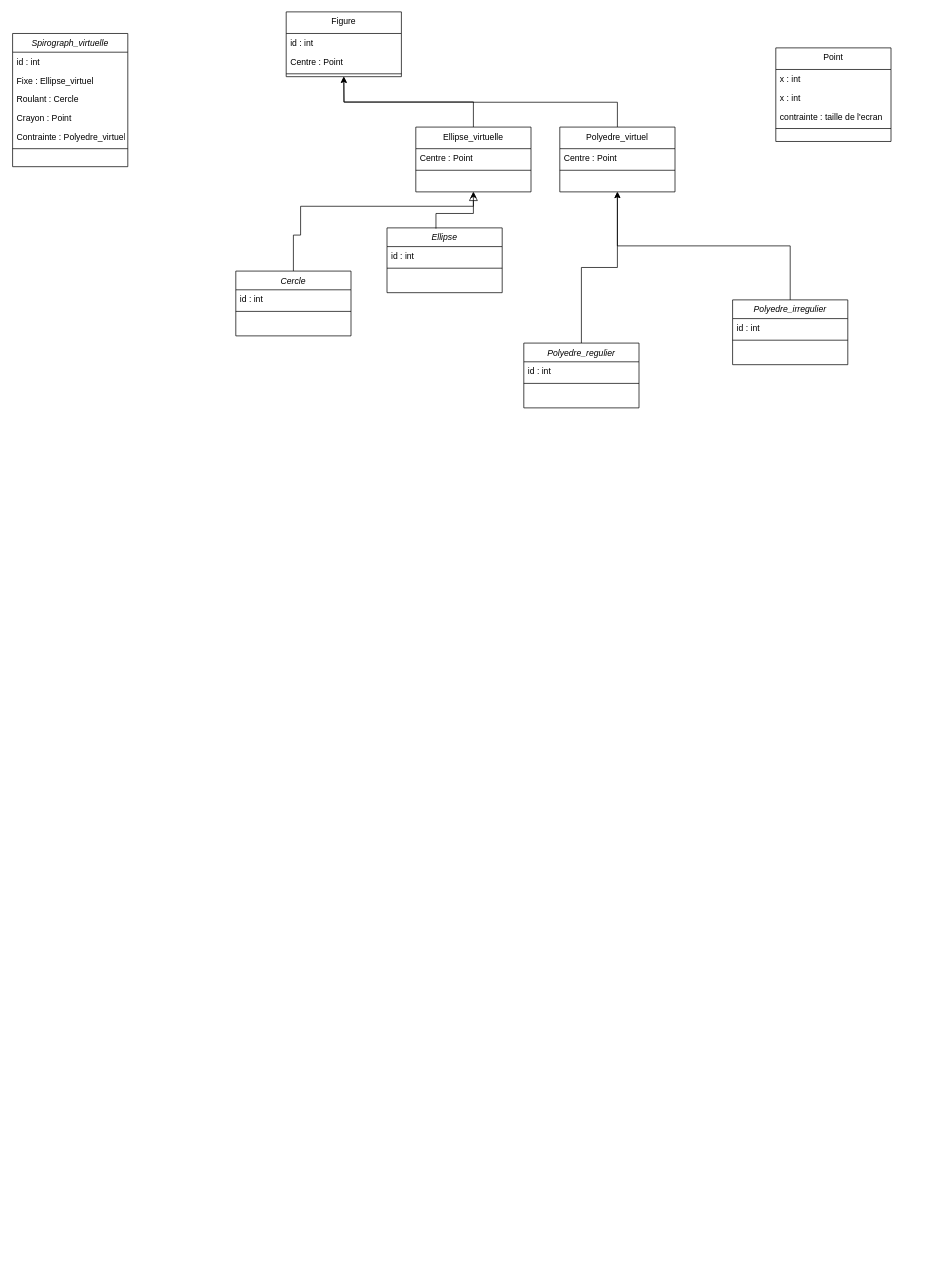
Halexeli/The_Incredibles keeps this draw.io diagram as spirograph.drawio. Above is the earlier version. Source tidied: cells renumbered, new cells numbered last; positions are measured from the earlier drawing's top-left corner, leaving out a move shared by most shapes. Both pictures are drawn from the tidied source at 72%, with x=0, y=0 at pixel (12, 12).
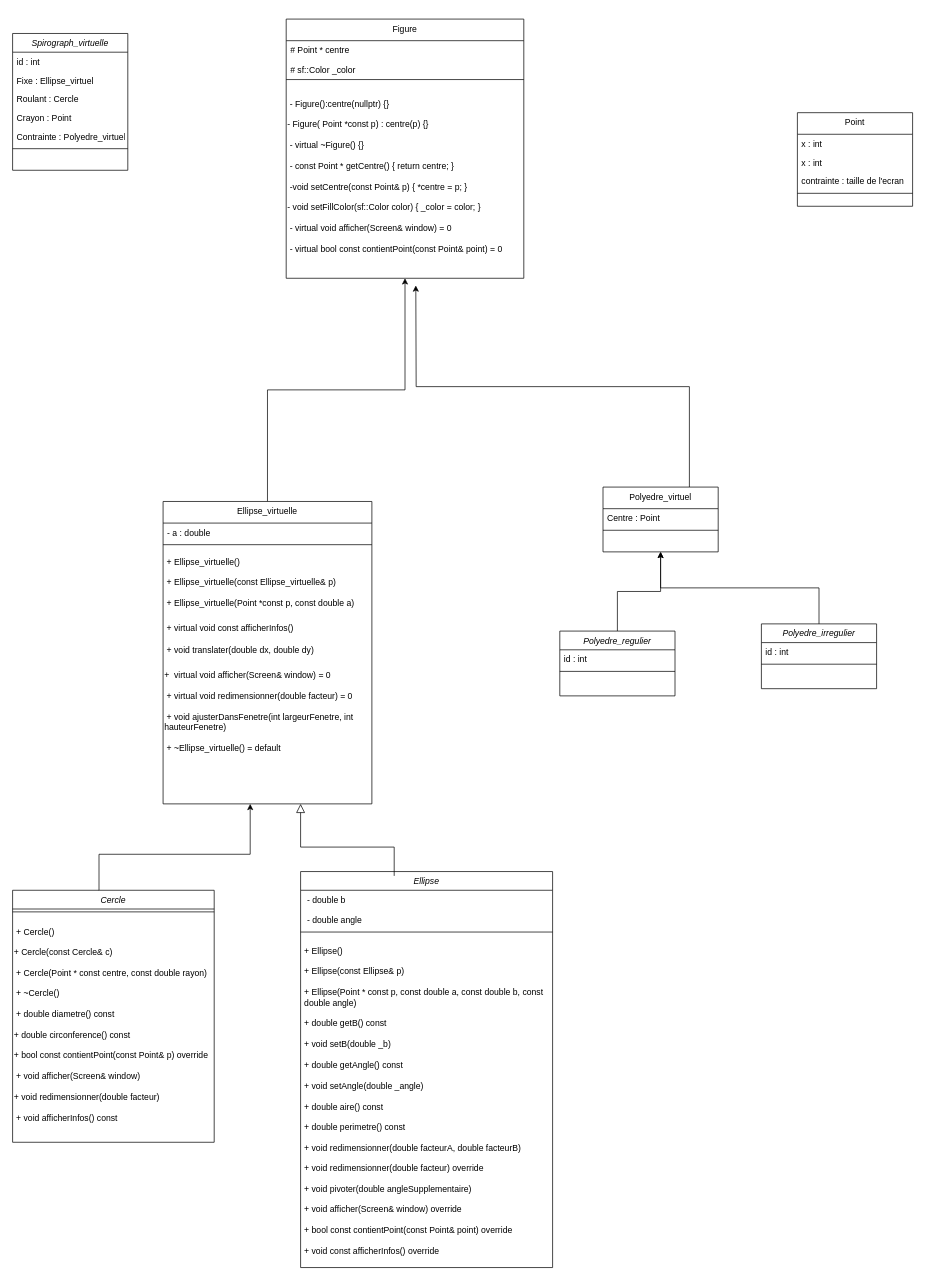
After the change.

Commit message:
Mettre à jour spirograph.drawio

The edit, as a diff of the source:
```diff
@@
     <mxCell id="2" value="Spirograph_virtuelle" style="swimlane;fontStyle=2;align=center;verticalAlign=top;horizontal=1;startSize=26;rounded=0;shadow=0;strokeWidth=1;" parent="1" vertex="1">
-      <mxGeometry y="30" width="160" height="185" as="geometry" />
+      <mxGeometry y="30" width="160" height="190" as="geometry" />
     </mxCell>
@@
     <mxCell id="9" value="Figure" style="swimlane;fontStyle=0;align=center;verticalAlign=top;horizontal=1;startSize=30;rounded=0;shadow=0;strokeWidth=1;" parent="1" vertex="1">
-      <mxGeometry x="380" width="160" height="90" as="geometry" />
+      <mxGeometry x="380" y="10" width="330" height="360" as="geometry" />
     </mxCell>
-    <mxCell id="10" value="id : int" style="text;align=left;verticalAlign=top;spacingLeft=4;spacingRight=4;overflow=hidden;" parent="9" vertex="1">
-      <mxGeometry y="30" width="160" height="26" as="geometry" />
+    <mxCell id="10" value="# Point * centre&#10;&#10;# sf::Color _color  &#10;" style="text;align=left;verticalAlign=top;spacingLeft=4;spacingRight=4;overflow=hidden;" parent="9" vertex="1">
+      <mxGeometry y="30" width="330" height="50" as="geometry" />
     </mxCell>
-    <mxCell id="11" value="Centre : Point" style="text;align=left;verticalAlign=top;spacingLeft=4;spacingRight=4;overflow=hidden;" parent="9" vertex="1">
-      <mxGeometry y="56" width="160" height="26" as="geometry" />
-    </mxCell>
     <mxCell id="12" style="line;html=1;strokeWidth=1;align=left;verticalAlign=middle;spacingTop=-1;spacingLeft=3;spacingRight=3;labelPosition=right;" parent="9" vertex="1">
-      <mxGeometry y="82" width="160" height="8" as="geometry" />
+      <mxGeometry y="80" width="330" height="8" as="geometry" />
     </mxCell>
+    <mxCell id="42" value="&lt;div&gt;&amp;nbsp;-&amp;nbsp;&lt;span style=&quot;background-color: transparent; color: light-dark(rgb(0, 0, 0), rgb(255, 255, 255));&quot;&gt;Figure():centre(nullptr) {}&lt;/span&gt;&lt;/div&gt;&lt;div&gt;&amp;nbsp;&lt;/div&gt;&lt;div&gt;- Figure( Point *const p) : centre(p) {}&lt;/div&gt;&lt;div&gt;&lt;br&gt;&lt;/div&gt;&lt;div&gt;&amp;nbsp;- virtual ~Figure() {}&lt;/div&gt;&lt;div&gt;&lt;br&gt;&lt;/div&gt;&lt;div&gt;&amp;nbsp;-&lt;span style=&quot;background-color: transparent; color: light-dark(rgb(0, 0, 0), rgb(255, 255, 255));&quot;&gt;&amp;nbsp;&lt;/span&gt;&lt;span style=&quot;background-color: transparent; color: light-dark(rgb(0, 0, 0), rgb(255, 255, 255));&quot;&gt;const Point * getCentre() { return centre; }&lt;/span&gt;&lt;/div&gt;&lt;div&gt;&amp;nbsp;&lt;/div&gt;&lt;div&gt;&amp;nbsp;-void setCentre(const Point&amp;amp; p) { *centre = p; }&lt;/div&gt;&lt;div&gt;&amp;nbsp;&lt;/div&gt;&lt;div&gt;- void setFillColor(sf::Color color) { _color = color; }&lt;/div&gt;&lt;div&gt;&lt;br&gt;&lt;/div&gt;&lt;div&gt;&amp;nbsp;- virtual void afficher(Screen&amp;amp; window) = 0&lt;/div&gt;&lt;div&gt;&lt;br&gt;&lt;/div&gt;&lt;div&gt;&amp;nbsp;- virtual bool const contientPoint(const Point&amp;amp; point) = 0&lt;/div&gt;" style="text;html=1;align=left;verticalAlign=middle;whiteSpace=wrap;rounded=0;" parent="9" vertex="1">
+      <mxGeometry y="88" width="330" height="262" as="geometry" />
+    </mxCell>
     <mxCell id="13" value="Ellipse" style="swimlane;fontStyle=2;align=center;verticalAlign=top;horizontal=1;startSize=26;rounded=0;shadow=0;strokeWidth=1;" parent="1" vertex="1">
-      <mxGeometry x="520" y="300" width="160" height="90" as="geometry" />
+      <mxGeometry x="400" y="1194" width="350" height="550" as="geometry" />
     </mxCell>
-    <mxCell id="14" value="id : int" style="text;align=left;verticalAlign=top;spacingLeft=4;spacingRight=4;overflow=hidden;" parent="13" vertex="1">
-      <mxGeometry y="26" width="160" height="26" as="geometry" />
+    <mxCell id="14" value=" - double b&#10; &#10; - double angle " style="text;align=left;verticalAlign=top;spacingLeft=4;spacingRight=4;overflow=hidden;" parent="13" vertex="1">
+      <mxGeometry y="26" width="350" height="54" as="geometry" />
     </mxCell>
+    <mxCell id="20" style="endArrow=block;endSize=10;endFill=0;shadow=0;strokeWidth=1;rounded=0;curved=0;edgeStyle=elbowEdgeStyle;elbow=vertical;" parent="13" edge="1">
+      <mxGeometry relative="1" as="geometry">
+        <mxPoint x="130" y="6" as="sourcePoint" />
+        <mxPoint y="-94" as="targetPoint" />
+        <Array as="points">
+          <mxPoint x="55" y="-34" />
+          <mxPoint x="25" y="-534" />
+        </Array>
+      </mxGeometry>
+    </mxCell>
     <mxCell id="15" style="line;html=1;strokeWidth=1;align=left;verticalAlign=middle;spacingTop=-1;spacingLeft=3;spacingRight=3;labelPosition=right;" parent="13" vertex="1">
-      <mxGeometry y="52" width="160" height="8" as="geometry" />
+      <mxGeometry y="80" width="350" height="8" as="geometry" />
     </mxCell>
+    <mxCell id="43" value="&lt;div&gt;&amp;nbsp;+ Ellipse()&lt;/div&gt;&lt;div&gt;&lt;br&gt;&lt;/div&gt;&lt;div&gt;&amp;nbsp;+ Ellipse(const Ellipse&amp;amp; p)&lt;/div&gt;&lt;div&gt;&lt;br&gt;&lt;/div&gt;&lt;div&gt;&amp;nbsp;+ Ellipse(Point * const p, const double a, const double b, const&amp;nbsp; &amp;nbsp;double angle)&lt;/div&gt;&lt;div&gt;&lt;br&gt;&lt;/div&gt;&lt;div&gt;&lt;span style=&quot;background-color: transparent; color: light-dark(rgb(0, 0, 0), rgb(255, 255, 255));&quot;&gt;&amp;nbsp;+ double getB() const&lt;/span&gt;&lt;/div&gt;&lt;div&gt;&lt;br&gt;&lt;/div&gt;&lt;div&gt;&amp;nbsp;+ void setB(double _b)&lt;/div&gt;&lt;div&gt;&lt;br&gt;&lt;/div&gt;&lt;div&gt;&amp;nbsp;+ double getAngle() const&lt;/div&gt;&lt;div&gt;&lt;br&gt;&lt;/div&gt;&lt;div&gt;&amp;nbsp;+ void setAngle(double _angle)&lt;/div&gt;&lt;div&gt;&lt;span style=&quot;background-color: transparent; color: light-dark(rgb(0, 0, 0), rgb(255, 255, 255));&quot;&gt;&lt;br&gt;&lt;/span&gt;&lt;/div&gt;&lt;div&gt;&lt;span style=&quot;background-color: transparent; color: light-dark(rgb(0, 0, 0), rgb(255, 255, 255));&quot;&gt;&amp;nbsp;+ double aire() const&lt;/span&gt;&lt;/div&gt;&lt;div&gt;&lt;br&gt;&lt;/div&gt;&lt;div&gt;&amp;nbsp;+ double perimetre() const&lt;/div&gt;&lt;div&gt;&lt;br&gt;&lt;/div&gt;&lt;div&gt;&amp;nbsp;+ void redimensionner(double facteurA, double facteurB)&lt;/div&gt;&lt;div&gt;&lt;br&gt;&lt;/div&gt;&lt;div&gt;&amp;nbsp;+ void redimensionner(double facteur) override&lt;/div&gt;&lt;div&gt;&lt;br&gt;&lt;/div&gt;&lt;div&gt;&amp;nbsp;+ void pivoter(double angleSupplementaire)&lt;/div&gt;&lt;div&gt;&lt;br&gt;&lt;/div&gt;&lt;div&gt;&amp;nbsp;+ void afficher(Screen&amp;amp; window) override&lt;/div&gt;&lt;div&gt;&lt;br&gt;&lt;/div&gt;&lt;div&gt;&amp;nbsp;+ bool const contientPoint(const Point&amp;amp; point) override&lt;/div&gt;&lt;div&gt;&lt;br&gt;&lt;/div&gt;&lt;div&gt;&amp;nbsp;+ void const afficherInfos() override&lt;/div&gt;" style="text;html=1;align=left;verticalAlign=middle;whiteSpace=wrap;rounded=0;" parent="13" vertex="1">
+      <mxGeometry y="88" width="350" height="462" as="geometry" />
+    </mxCell>
-    <mxCell id="16" style="edgeStyle=orthogonalEdgeStyle;rounded=0;jettySize=auto;html=1;exitX=0.5;exitY=0;exitDx=0;exitDy=0;entryX=0.5;entryY=1;entryDx=0;entryDy=0;" parent="1" edge="1" source="17" target="35">
+    <mxCell id="16" style="edgeStyle=orthogonalEdgeStyle;rounded=0;jettySize=auto;html=1;exitX=0.425;exitY=0.001;exitDx=0;exitDy=0;exitPerimeter=0;" parent="1" edge="1" source="17">
       <mxGeometry relative="1" as="geometry">
+        <mxPoint x="330" y="1100" as="targetPoint" />
         <Array as="points">
-          <mxPoint x="390" y="310" />
-          <mxPoint x="400" y="310" />
-          <mxPoint x="400" y="270" />
-          <mxPoint x="640" y="270" />
+          <mxPoint x="120" y="1170" />
+          <mxPoint x="330" y="1170" />
         </Array>
       </mxGeometry>
     </mxCell>
     <mxCell id="17" value="Cercle" style="swimlane;fontStyle=2;align=center;verticalAlign=top;horizontal=1;startSize=26;rounded=0;shadow=0;strokeWidth=1;" parent="1" vertex="1">
-      <mxGeometry x="310" y="360" width="160" height="90" as="geometry" />
+      <mxGeometry y="1220" width="280" height="350" as="geometry" />
     </mxCell>
-    <mxCell id="18" value="id : int" style="text;align=left;verticalAlign=top;spacingLeft=4;spacingRight=4;overflow=hidden;" parent="17" vertex="1">
-      <mxGeometry y="26" width="160" height="26" as="geometry" />
-    </mxCell>
     <mxCell id="19" style="line;html=1;strokeWidth=1;align=left;verticalAlign=middle;spacingTop=-1;spacingLeft=3;spacingRight=3;labelPosition=right;" parent="17" vertex="1">
-      <mxGeometry y="52" width="160" height="8" as="geometry" />
+      <mxGeometry y="26" width="280" height="8" as="geometry" />
     </mxCell>
-    <mxCell id="20" style="endArrow=block;endSize=10;endFill=0;shadow=0;strokeWidth=1;rounded=0;curved=0;edgeStyle=elbowEdgeStyle;elbow=vertical;entryX=0.5;entryY=1;entryDx=0;entryDy=0;exitX=0.425;exitY=0.011;exitDx=0;exitDy=0;exitPerimeter=0;" parent="1" edge="1" source="13" target="35">
-      <mxGeometry relative="1" as="geometry">
-        <Array as="points">
-          <mxPoint x="650" y="280" />
-          <mxPoint x="920" y="330" />
-          <mxPoint x="440" y="150" />
-        </Array>
-      </mxGeometry>
-    </mxCell>
+    <mxCell id="44" value="&lt;div&gt;&amp;nbsp;&lt;span style=&quot;background-color: transparent; color: light-dark(rgb(0, 0, 0), rgb(255, 255, 255));&quot;&gt;+ Cercle()&lt;/span&gt;&lt;/div&gt;&lt;div&gt;&amp;nbsp;&lt;/div&gt;&lt;div&gt;+ Cercle(const Cercle&amp;amp; c)&lt;/div&gt;&lt;div&gt;&lt;br&gt;&lt;/div&gt;&lt;div&gt;&amp;nbsp;+ Cercle(Point * const centre, const double rayon)&lt;/div&gt;&lt;div&gt;&lt;br&gt;&lt;/div&gt;&lt;div&gt;&amp;nbsp;+ ~Cercle()&lt;/div&gt;&lt;div&gt;&lt;div&gt;&lt;br&gt;&lt;/div&gt;&lt;div&gt;&amp;nbsp;+ double diametre() const&lt;/div&gt;&lt;div&gt;&amp;nbsp;&lt;/div&gt;&lt;div&gt;+ double circonference() const&lt;/div&gt;&lt;div&gt;&amp;nbsp;&lt;/div&gt;&lt;div&gt;+ bool const contientPoint(const Point&amp;amp; p) override&lt;/div&gt;&lt;/div&gt;&lt;div&gt;&lt;div&gt;&lt;br&gt;&lt;/div&gt;&lt;div&gt;&amp;nbsp;+ void afficher(Screen&amp;amp; window)&lt;/div&gt;&lt;div&gt;&lt;span style=&quot;background-color: transparent; color: light-dark(rgb(0, 0, 0), rgb(255, 255, 255));&quot;&gt;&amp;nbsp;&lt;/span&gt;&lt;/div&gt;&lt;div&gt;&lt;span style=&quot;background-color: transparent; color: light-dark(rgb(0, 0, 0), rgb(255, 255, 255));&quot;&gt;+ void redimensionner(double facteur)&lt;/span&gt;&lt;/div&gt;&lt;div&gt;&lt;span style=&quot;background-color: transparent; color: light-dark(rgb(0, 0, 0), rgb(255, 255, 255));&quot;&gt;&lt;br&gt;&lt;/span&gt;&lt;/div&gt;&lt;div&gt;&lt;span style=&quot;background-color: transparent; color: light-dark(rgb(0, 0, 0), rgb(255, 255, 255));&quot;&gt;&amp;nbsp;+ void afficherInfos() const&lt;/span&gt;&lt;/div&gt;&lt;/div&gt;" style="text;html=1;align=left;verticalAlign=middle;whiteSpace=wrap;rounded=0;" parent="17" vertex="1">
+      <mxGeometry y="34" width="280" height="306" as="geometry" />
+    </mxCell>
     <mxCell id="21" value="Point" style="swimlane;fontStyle=0;align=center;verticalAlign=top;horizontal=1;startSize=30;rounded=0;shadow=0;strokeWidth=1;" parent="1" vertex="1">
-      <mxGeometry x="1060" y="50" width="160" height="130" as="geometry" />
+      <mxGeometry x="1090" y="140" width="160" height="130" as="geometry" />
     </mxCell>
@@
     <mxCell id="27" value="Polyedre_irregulier" style="swimlane;fontStyle=2;align=center;verticalAlign=top;horizontal=1;startSize=26;rounded=0;shadow=0;strokeWidth=1;" parent="1" vertex="1">
-      <mxGeometry x="1000" y="400" width="160" height="90" as="geometry" />
+      <mxGeometry x="1040" y="850" width="160" height="90" as="geometry" />
     </mxCell>
@@
     <mxCell id="31" value="Polyedre_regulier" style="swimlane;fontStyle=2;align=center;verticalAlign=top;horizontal=1;startSize=26;rounded=0;shadow=0;strokeWidth=1;" parent="1" vertex="1">
-      <mxGeometry x="710" y="460" width="160" height="90" as="geometry" />
+      <mxGeometry x="760" y="860" width="160" height="90" as="geometry" />
     </mxCell>
@@
     <mxCell id="35" value="Ellipse_virtuelle" style="swimlane;fontStyle=0;align=center;verticalAlign=top;horizontal=1;startSize=30;rounded=0;shadow=0;strokeWidth=1;" parent="1" vertex="1">
-      <mxGeometry x="560" y="160" width="160" height="90" as="geometry" />
+      <mxGeometry x="209" y="680" width="290" height="420" as="geometry" />
     </mxCell>
-    <mxCell id="36" value="Centre : Point" style="text;align=left;verticalAlign=top;spacingLeft=4;spacingRight=4;overflow=hidden;" parent="35" vertex="1">
-      <mxGeometry y="30" width="160" height="26" as="geometry" />
+    <mxCell id="36" value="- a : double" style="text;align=left;verticalAlign=top;spacingLeft=4;spacingRight=4;overflow=hidden;" parent="35" vertex="1">
+      <mxGeometry y="30" width="290" height="26" as="geometry" />
     </mxCell>
     <mxCell id="37" style="line;html=1;strokeWidth=1;align=left;verticalAlign=middle;spacingTop=-1;spacingLeft=3;spacingRight=3;labelPosition=right;" parent="35" vertex="1">
-      <mxGeometry y="56" width="160" height="8" as="geometry" />
+      <mxGeometry y="56" width="290" height="8" as="geometry" />
     </mxCell>
+    <mxCell id="45" value="&lt;div&gt;&amp;nbsp;+ Ellipse_virtuelle()&lt;/div&gt;&lt;div&gt;&lt;br&gt;&lt;/div&gt;&lt;div&gt;&amp;nbsp;+ Ellipse_virtuelle(const Ellipse_virtuelle&amp;amp; p)&lt;/div&gt;&lt;div&gt;&lt;br&gt;&lt;/div&gt;&lt;div&gt;&amp;nbsp;+ Ellipse_virtuelle(Point *const p, const double a)&lt;/div&gt;" style="text;html=1;align=left;verticalAlign=middle;whiteSpace=wrap;rounded=0;" parent="35" vertex="1">
+      <mxGeometry y="64" width="290" height="98" as="geometry" />
+    </mxCell>
+    <mxCell id="46" value="&amp;nbsp;+ virtual void const afficherInfos()" style="text;html=1;align=left;verticalAlign=middle;whiteSpace=wrap;rounded=0;" parent="35" vertex="1">
+      <mxGeometry y="162" width="290" height="30" as="geometry" />
+    </mxCell>
+    <mxCell id="47" value="&amp;nbsp;+ void translater(double dx, double dy)" style="text;html=1;align=left;verticalAlign=middle;whiteSpace=wrap;rounded=0;" parent="35" vertex="1">
+      <mxGeometry y="192" width="290" height="30" as="geometry" />
+    </mxCell>
+    <mxCell id="48" value="&lt;div&gt;&lt;span style=&quot;background-color: transparent; color: light-dark(rgb(0, 0, 0), rgb(255, 255, 255));&quot;&gt;&lt;br&gt;&lt;/span&gt;&lt;/div&gt;&lt;div&gt;&lt;span style=&quot;background-color: transparent; color: light-dark(rgb(0, 0, 0), rgb(255, 255, 255));&quot;&gt;+&amp;nbsp; virtual void afficher(Screen&amp;amp; window) = 0&lt;/span&gt;&lt;/div&gt;&lt;div&gt;&lt;br&gt;&lt;/div&gt;&lt;div&gt;&amp;nbsp;+ virtual void redimensionner(double facteur) = 0&lt;/div&gt;&lt;div&gt;&amp;nbsp;&lt;/div&gt;&lt;div&gt;&amp;nbsp;+ void ajusterDansFenetre(int largeurFenetre, int hauteurFenetre)&lt;/div&gt;&lt;div&gt;&amp;nbsp;&lt;/div&gt;&lt;div&gt;&amp;nbsp;+ ~Ellipse_virtuelle() = default&lt;/div&gt;" style="text;html=1;align=left;verticalAlign=middle;whiteSpace=wrap;rounded=0;" parent="35" vertex="1">
+      <mxGeometry y="222" width="290" height="126" as="geometry" />
+    </mxCell>
-    <mxCell id="38" style="edgeStyle=orthogonalEdgeStyle;rounded=0;jettySize=auto;html=1;exitX=0.5;exitY=0;exitDx=0;exitDy=0;" parent="1" edge="1" source="39">
+    <mxCell id="38" style="edgeStyle=orthogonalEdgeStyle;rounded=0;jettySize=auto;html=1;exitX=0.75;exitY=0;exitDx=0;exitDy=0;" parent="1" edge="1" source="39">
       <mxGeometry relative="1" as="geometry">
-        <mxPoint x="460" y="90" as="targetPoint" />
+        <mxPoint x="560" y="380" as="targetPoint" />
       </mxGeometry>
     </mxCell>
     <mxCell id="39" value="Polyedre_virtuel" style="swimlane;fontStyle=0;align=center;verticalAlign=top;horizontal=1;startSize=30;rounded=0;shadow=0;strokeWidth=1;" parent="1" vertex="1">
-      <mxGeometry x="760" y="160" width="160" height="90" as="geometry" />
+      <mxGeometry x="820" y="660" width="160" height="90" as="geometry" />
     </mxCell>
```
